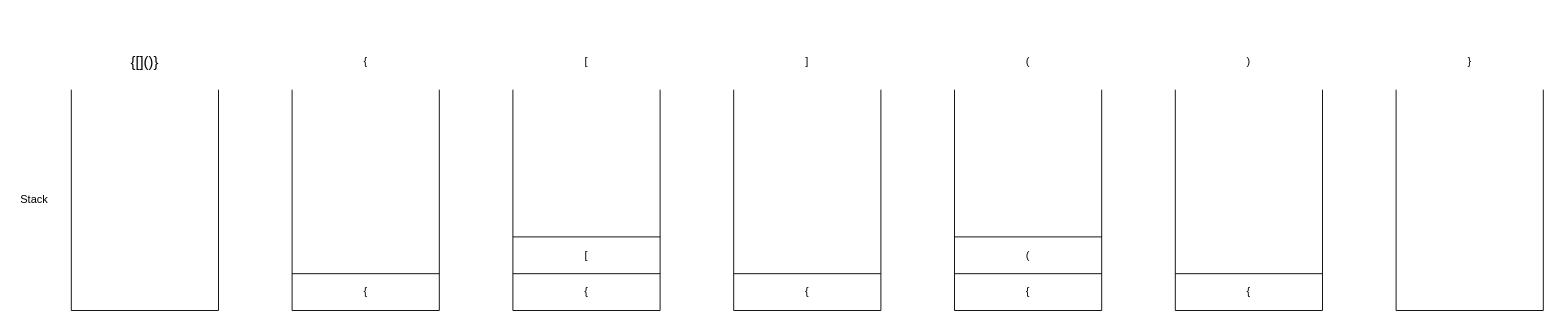
Before: page "valid-parentheses" (1 of 2) of algorithms Diagram.drawio in DogBaoBao/diagrams, a draw.io diagram. Source tidied: cells renumbered, new cells numbered last; positions are measured from the earlier drawing's top-left corner, leaving out a move shared by most shapes. Both pictures are drawn from the tidied source at 92%, with x=0, y=0 at pixel (16, 52).
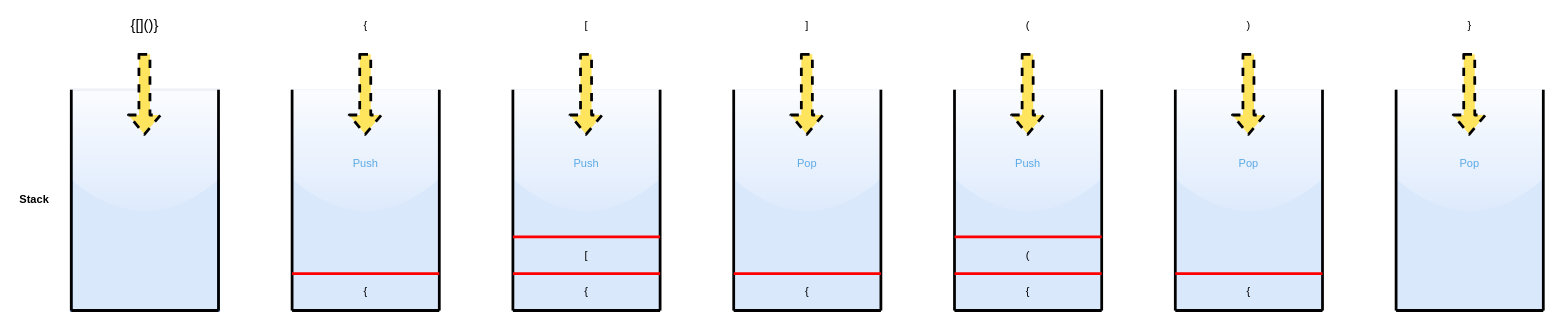
The same page after the edit.

Diff of the diagram source:
```diff
@@
-    <mxCell id="2" value="Stack" style="text;html=1;strokeColor=none;fillColor=none;align=center;verticalAlign=middle;whiteSpace=wrap;rounded=0;" parent="1" vertex="1">
+    <mxCell id="2" value="&lt;b&gt;Stack&lt;/b&gt;" style="text;html=1;strokeColor=none;fillColor=none;align=center;verticalAlign=middle;whiteSpace=wrap;rounded=0;strokeWidth=3;" parent="1" vertex="1">
       <mxGeometry y="150" width="40" height="20" as="geometry" />
     </mxCell>
-    <mxCell id="3" style="group;" parent="1" vertex="1">
+    <mxCell id="3" style="group;strokeWidth=3;fillColor=#dae8fc;strokeColor=#6c8ebf;sketch=0;glass=1;" parent="1" vertex="1">
       <mxGeometry x="60" y="40" width="160" height="240" as="geometry" />
     </mxCell>
-    <mxCell id="4" style="endArrow=none;html=1;" parent="3" edge="1">
+    <mxCell id="4" style="endArrow=none;html=1;strokeWidth=3;" parent="3" edge="1">
       <mxGeometry relative="1" as="geometry">
         <mxPoint y="240" as="sourcePoint" />
         <mxPoint as="targetPoint" />
       </mxGeometry>
     </mxCell>
-    <mxCell id="5" style="endArrow=none;html=1;" parent="3" edge="1">
+    <mxCell id="5" style="endArrow=none;html=1;strokeWidth=3;" parent="3" edge="1">
       <mxGeometry relative="1" as="geometry">
         <mxPoint x="160" y="240" as="sourcePoint" />
         <mxPoint x="160" as="targetPoint" />
       </mxGeometry>
     </mxCell>
-    <mxCell id="6" style="endArrow=none;html=1;" parent="3" edge="1">
+    <mxCell id="6" style="endArrow=none;html=1;strokeWidth=3;" parent="3" edge="1">
       <mxGeometry relative="1" as="geometry">
         <mxPoint y="240" as="sourcePoint" />
         <mxPoint x="160" y="240" as="targetPoint" />
       </mxGeometry>
     </mxCell>
-    <mxCell id="7" style="group;" parent="1" vertex="1">
+    <mxCell id="7" style="group;strokeColor=#6c8ebf;fillColor=#dae8fc;glass=1;" parent="1" vertex="1">
       <mxGeometry x="300" y="40" width="160" height="240" as="geometry" />
     </mxCell>
-    <mxCell id="8" style="endArrow=none;html=1;" parent="7" edge="1">
+    <mxCell id="8" style="endArrow=none;html=1;strokeWidth=3;" parent="7" edge="1">
       <mxGeometry relative="1" as="geometry">
         <mxPoint y="240" as="sourcePoint" />
         <mxPoint as="targetPoint" />
       </mxGeometry>
     </mxCell>
-    <mxCell id="9" style="endArrow=none;html=1;" parent="7" edge="1">
+    <mxCell id="9" style="endArrow=none;html=1;strokeWidth=3;" parent="7" edge="1">
       <mxGeometry relative="1" as="geometry">
         <mxPoint x="160" y="240" as="sourcePoint" />
         <mxPoint x="160" as="targetPoint" />
       </mxGeometry>
     </mxCell>
-    <mxCell id="10" style="endArrow=none;html=1;" parent="7" edge="1">
+    <mxCell id="10" style="endArrow=none;html=1;strokeWidth=3;" parent="7" edge="1">
       <mxGeometry relative="1" as="geometry">
         <mxPoint y="240" as="sourcePoint" />
         <mxPoint x="160" y="240" as="targetPoint" />
       </mxGeometry>
     </mxCell>
@@
+    <mxCell id="52" value="Push" style="text;html=1;strokeColor=none;fillColor=none;align=center;verticalAlign=middle;whiteSpace=wrap;rounded=0;shadow=1;glass=0;sketch=0;fontColor=#5AA9E6;" parent="7" vertex="1">
+      <mxGeometry x="60" y="70" width="40" height="20" as="geometry" />
+    </mxCell>
     <mxCell id="12" value="&lt;font style=&quot;font-size: 16px&quot;&gt;{[]()}&lt;/font&gt;" style="text;html=1;strokeColor=none;fillColor=none;align=center;verticalAlign=middle;whiteSpace=wrap;rounded=0;" parent="1" vertex="1">
-      <mxGeometry x="90" width="100" height="20" as="geometry" />
+      <mxGeometry x="90" y="-40" width="100" height="20" as="geometry" />
     </mxCell>
-    <mxCell id="13" style="endArrow=none;html=1;" parent="1" edge="1">
+    <mxCell id="13" style="endArrow=none;html=1;strokeWidth=3;strokeColor=#FF0000;" parent="1" edge="1">
       <mxGeometry relative="1" as="geometry">
         <mxPoint x="300" y="240" as="sourcePoint" />
         <mxPoint x="460" y="240" as="targetPoint" />
       </mxGeometry>
     </mxCell>
-    <mxCell id="14" style="group;" parent="1" vertex="1">
+    <mxCell id="14" style="group;fillColor=#dae8fc;strokeColor=#6c8ebf;glass=1;" parent="1" vertex="1">
       <mxGeometry x="540" y="40" width="160" height="240" as="geometry" />
     </mxCell>
-    <mxCell id="15" style="endArrow=none;html=1;" parent="14" edge="1">
+    <mxCell id="15" style="endArrow=none;html=1;strokeWidth=3;" parent="14" edge="1">
       <mxGeometry relative="1" as="geometry">
         <mxPoint y="240" as="sourcePoint" />
         <mxPoint as="targetPoint" />
       </mxGeometry>
     </mxCell>
-    <mxCell id="16" style="endArrow=none;html=1;" parent="14" edge="1">
+    <mxCell id="16" style="endArrow=none;html=1;strokeWidth=3;" parent="14" edge="1">
       <mxGeometry relative="1" as="geometry">
         <mxPoint x="160" y="240" as="sourcePoint" />
         <mxPoint x="160" as="targetPoint" />
       </mxGeometry>
     </mxCell>
-    <mxCell id="17" style="endArrow=none;html=1;" parent="14" edge="1">
+    <mxCell id="17" style="endArrow=none;html=1;strokeWidth=3;" parent="14" edge="1">
       <mxGeometry relative="1" as="geometry">
         <mxPoint y="240" as="sourcePoint" />
         <mxPoint x="160" y="240" as="targetPoint" />
       </mxGeometry>
     </mxCell>
@@
-    <mxCell id="19" style="endArrow=none;html=1;" parent="14" edge="1">
+    <mxCell id="19" style="endArrow=none;html=1;strokeWidth=3;strokeColor=#FF0000;" parent="14" edge="1">
       <mxGeometry relative="1" as="geometry">
         <mxPoint y="160" as="sourcePoint" />
         <mxPoint x="160" y="160" as="targetPoint" />
       </mxGeometry>
     </mxCell>
@@
+    <mxCell id="53" value="Push" style="text;html=1;strokeColor=none;fillColor=none;align=center;verticalAlign=middle;whiteSpace=wrap;rounded=0;shadow=1;glass=0;sketch=0;fontColor=#5AA9E6;" parent="14" vertex="1">
+      <mxGeometry x="60" y="70" width="40" height="20" as="geometry" />
+    </mxCell>
-    <mxCell id="21" style="endArrow=none;html=1;" parent="1" edge="1">
+    <mxCell id="21" style="endArrow=none;html=1;strokeWidth=3;strokeColor=#FF0000;" parent="1" edge="1">
       <mxGeometry relative="1" as="geometry">
         <mxPoint x="540" y="240" as="sourcePoint" />
         <mxPoint x="700" y="240" as="targetPoint" />
       </mxGeometry>
     </mxCell>
     <mxCell id="22" value="{" style="text;html=1;strokeColor=none;fillColor=none;align=center;verticalAlign=middle;whiteSpace=wrap;rounded=0;" parent="1" vertex="1">
-      <mxGeometry x="360" width="40" height="20" as="geometry" />
+      <mxGeometry x="360" y="-40" width="40" height="20" as="geometry" />
     </mxCell>
     <mxCell id="23" value="[" style="text;html=1;strokeColor=none;fillColor=none;align=center;verticalAlign=middle;whiteSpace=wrap;rounded=0;" parent="1" vertex="1">
-      <mxGeometry x="600" width="40" height="20" as="geometry" />
+      <mxGeometry x="600" y="-40" width="40" height="20" as="geometry" />
     </mxCell>
-    <mxCell id="24" style="group;" parent="1" vertex="1">
+    <mxCell id="24" style="group;fillColor=#dae8fc;strokeColor=#6c8ebf;glass=1;" parent="1" vertex="1">
       <mxGeometry x="780" y="40" width="160" height="240" as="geometry" />
     </mxCell>
-    <mxCell id="25" style="endArrow=none;html=1;" parent="24" edge="1">
+    <mxCell id="25" style="endArrow=none;html=1;strokeWidth=3;" parent="24" edge="1">
       <mxGeometry relative="1" as="geometry">
         <mxPoint y="240" as="sourcePoint" />
         <mxPoint as="targetPoint" />
       </mxGeometry>
     </mxCell>
-    <mxCell id="26" style="endArrow=none;html=1;" parent="24" edge="1">
+    <mxCell id="26" style="endArrow=none;html=1;strokeWidth=3;" parent="24" edge="1">
       <mxGeometry relative="1" as="geometry">
         <mxPoint x="160" y="240" as="sourcePoint" />
         <mxPoint x="160" as="targetPoint" />
       </mxGeometry>
     </mxCell>
-    <mxCell id="27" style="endArrow=none;html=1;" parent="24" edge="1">
+    <mxCell id="27" style="endArrow=none;html=1;strokeWidth=3;" parent="24" edge="1">
       <mxGeometry relative="1" as="geometry">
         <mxPoint y="240" as="sourcePoint" />
         <mxPoint x="160" y="240" as="targetPoint" />
       </mxGeometry>
     </mxCell>
@@
+    <mxCell id="54" value="Pop" style="text;html=1;strokeColor=none;fillColor=none;align=center;verticalAlign=middle;whiteSpace=wrap;rounded=0;shadow=1;glass=0;sketch=0;fontColor=#5AA9E6;" parent="24" vertex="1">
+      <mxGeometry x="60" y="70" width="40" height="20" as="geometry" />
+    </mxCell>
-    <mxCell id="29" style="endArrow=none;html=1;" parent="1" edge="1">
+    <mxCell id="29" style="endArrow=none;html=1;strokeWidth=3;strokeColor=#FF0000;" parent="1" edge="1">
       <mxGeometry relative="1" as="geometry">
         <mxPoint x="780" y="240" as="sourcePoint" />
         <mxPoint x="940" y="240" as="targetPoint" />
       </mxGeometry>
     </mxCell>
     <mxCell id="30" value="]" style="text;html=1;strokeColor=none;fillColor=none;align=center;verticalAlign=middle;whiteSpace=wrap;rounded=0;" parent="1" vertex="1">
-      <mxGeometry x="840" width="40" height="20" as="geometry" />
+      <mxGeometry x="840" y="-40" width="40" height="20" as="geometry" />
     </mxCell>
-    <mxCell id="31" style="group;" parent="1" vertex="1">
+    <mxCell id="31" style="group;fillColor=#dae8fc;strokeColor=#6c8ebf;glass=1;" parent="1" vertex="1">
       <mxGeometry x="1020" y="40" width="160" height="240" as="geometry" />
     </mxCell>
-    <mxCell id="32" style="endArrow=none;html=1;" parent="31" edge="1">
+    <mxCell id="32" style="endArrow=none;html=1;strokeWidth=3;" parent="31" edge="1">
       <mxGeometry relative="1" as="geometry">
         <mxPoint y="240" as="sourcePoint" />
         <mxPoint as="targetPoint" />
       </mxGeometry>
     </mxCell>
-    <mxCell id="33" style="endArrow=none;html=1;" parent="31" edge="1">
+    <mxCell id="33" style="endArrow=none;html=1;strokeWidth=3;" parent="31" edge="1">
       <mxGeometry relative="1" as="geometry">
         <mxPoint x="160" y="240" as="sourcePoint" />
         <mxPoint x="160" as="targetPoint" />
       </mxGeometry>
     </mxCell>
-    <mxCell id="34" style="endArrow=none;html=1;" parent="31" edge="1">
+    <mxCell id="34" style="endArrow=none;html=1;strokeWidth=3;" parent="31" edge="1">
       <mxGeometry relative="1" as="geometry">
         <mxPoint y="240" as="sourcePoint" />
         <mxPoint x="160" y="240" as="targetPoint" />
       </mxGeometry>
     </mxCell>
@@
-    <mxCell id="36" style="endArrow=none;html=1;" parent="31" edge="1">
+    <mxCell id="36" style="endArrow=none;html=1;strokeWidth=3;strokeColor=#FF0000;" parent="31" edge="1">
       <mxGeometry relative="1" as="geometry">
         <mxPoint y="160" as="sourcePoint" />
         <mxPoint x="160" y="160" as="targetPoint" />
       </mxGeometry>
     </mxCell>
@@
+    <mxCell id="55" value="Push" style="text;html=1;strokeColor=none;fillColor=none;align=center;verticalAlign=middle;whiteSpace=wrap;rounded=0;shadow=1;glass=0;sketch=0;fontColor=#5AA9E6;" parent="31" vertex="1">
+      <mxGeometry x="60" y="70" width="40" height="20" as="geometry" />
+    </mxCell>
-    <mxCell id="38" style="endArrow=none;html=1;" parent="1" edge="1">
+    <mxCell id="38" style="endArrow=none;html=1;strokeWidth=3;strokeColor=#FF0000;" parent="1" edge="1">
       <mxGeometry relative="1" as="geometry">
         <mxPoint x="1020" y="240" as="sourcePoint" />
         <mxPoint x="1180" y="240" as="targetPoint" />
       </mxGeometry>
     </mxCell>
     <mxCell id="39" value="(" style="text;html=1;strokeColor=none;fillColor=none;align=center;verticalAlign=middle;whiteSpace=wrap;rounded=0;" parent="1" vertex="1">
-      <mxGeometry x="1080" width="40" height="20" as="geometry" />
+      <mxGeometry x="1080" y="-40" width="40" height="20" as="geometry" />
     </mxCell>
-    <mxCell id="40" style="group;" parent="1" vertex="1">
+    <mxCell id="40" style="group;fillColor=#dae8fc;strokeColor=#6c8ebf;glass=1;" parent="1" vertex="1">
       <mxGeometry x="1260" y="40" width="160" height="240" as="geometry" />
     </mxCell>
-    <mxCell id="41" style="endArrow=none;html=1;" parent="40" edge="1">
+    <mxCell id="41" style="endArrow=none;html=1;strokeWidth=3;" parent="40" edge="1">
       <mxGeometry relative="1" as="geometry">
         <mxPoint y="240" as="sourcePoint" />
         <mxPoint as="targetPoint" />
       </mxGeometry>
     </mxCell>
-    <mxCell id="42" style="endArrow=none;html=1;" parent="40" edge="1">
+    <mxCell id="42" style="endArrow=none;html=1;strokeWidth=3;" parent="40" edge="1">
       <mxGeometry relative="1" as="geometry">
         <mxPoint x="160" y="240" as="sourcePoint" />
         <mxPoint x="160" as="targetPoint" />
       </mxGeometry>
     </mxCell>
-    <mxCell id="43" style="endArrow=none;html=1;" parent="40" edge="1">
+    <mxCell id="43" style="endArrow=none;html=1;strokeWidth=3;" parent="40" edge="1">
       <mxGeometry relative="1" as="geometry">
         <mxPoint y="240" as="sourcePoint" />
         <mxPoint x="160" y="240" as="targetPoint" />
       </mxGeometry>
     </mxCell>
@@
+    <mxCell id="56" value="Pop" style="text;html=1;strokeColor=none;fillColor=none;align=center;verticalAlign=middle;whiteSpace=wrap;rounded=0;shadow=1;glass=0;sketch=0;fontColor=#5AA9E6;" parent="40" vertex="1">
+      <mxGeometry x="60" y="70" width="40" height="20" as="geometry" />
+    </mxCell>
-    <mxCell id="45" style="endArrow=none;html=1;" parent="1" edge="1">
+    <mxCell id="45" style="endArrow=none;html=1;strokeColor=#FF0000;strokeWidth=3;" parent="1" edge="1">
       <mxGeometry relative="1" as="geometry">
         <mxPoint x="1260" y="240" as="sourcePoint" />
         <mxPoint x="1420" y="240" as="targetPoint" />
       </mxGeometry>
     </mxCell>
     <mxCell id="46" value=")" style="text;html=1;strokeColor=none;fillColor=none;align=center;verticalAlign=middle;whiteSpace=wrap;rounded=0;" parent="1" vertex="1">
-      <mxGeometry x="1320" width="40" height="20" as="geometry" />
+      <mxGeometry x="1320" y="-40" width="40" height="20" as="geometry" />
     </mxCell>
-    <mxCell id="47" style="group;" parent="1" vertex="1">
+    <mxCell id="47" style="group;fillColor=#dae8fc;strokeColor=#6c8ebf;glass=1;" parent="1" vertex="1">
       <mxGeometry x="1500" y="40" width="160" height="240" as="geometry" />
     </mxCell>
-    <mxCell id="48" style="endArrow=none;html=1;" parent="47" edge="1">
+    <mxCell id="48" style="endArrow=none;html=1;strokeWidth=3;" parent="47" edge="1">
       <mxGeometry relative="1" as="geometry">
         <mxPoint y="240" as="sourcePoint" />
         <mxPoint as="targetPoint" />
       </mxGeometry>
     </mxCell>
-    <mxCell id="49" style="endArrow=none;html=1;" parent="47" edge="1">
+    <mxCell id="49" style="endArrow=none;html=1;strokeWidth=3;" parent="47" edge="1">
       <mxGeometry relative="1" as="geometry">
         <mxPoint x="160" y="240" as="sourcePoint" />
         <mxPoint x="160" as="targetPoint" />
       </mxGeometry>
     </mxCell>
-    <mxCell id="50" style="endArrow=none;html=1;" parent="47" edge="1">
+    <mxCell id="50" style="endArrow=none;html=1;strokeWidth=3;" parent="47" edge="1">
       <mxGeometry relative="1" as="geometry">
         <mxPoint y="240" as="sourcePoint" />
         <mxPoint x="160" y="240" as="targetPoint" />
       </mxGeometry>
     </mxCell>
+    <mxCell id="57" value="Pop" style="text;html=1;strokeColor=none;fillColor=none;align=center;verticalAlign=middle;whiteSpace=wrap;rounded=0;shadow=1;glass=0;sketch=0;fontColor=#5AA9E6;" parent="47" vertex="1">
+      <mxGeometry x="60" y="70" width="40" height="20" as="geometry" />
+    </mxCell>
     <mxCell id="51" value="}" style="text;html=1;strokeColor=none;fillColor=none;align=center;verticalAlign=middle;whiteSpace=wrap;rounded=0;" parent="1" vertex="1">
-      <mxGeometry x="1560" width="40" height="20" as="geometry" />
+      <mxGeometry x="1560" y="-40" width="40" height="20" as="geometry" />
     </mxCell>
+    <mxCell id="58" style="shape=flexArrow;endArrow=classic;html=1;dashed=1;strokeColor=#000000;strokeWidth=3;fillColor=#FFE45E;fontColor=#5AA9E6;" parent="1" edge="1">
+      <mxGeometry relative="1" as="geometry">
+        <mxPoint x="139.5" as="sourcePoint" />
+        <mxPoint x="139.5" y="90" as="targetPoint" />
+      </mxGeometry>
+    </mxCell>
+    <mxCell id="59" style="shape=flexArrow;endArrow=classic;html=1;dashed=1;strokeColor=#000000;strokeWidth=3;fillColor=#FFE45E;fontColor=#5AA9E6;" parent="1" edge="1">
+      <mxGeometry relative="1" as="geometry">
+        <mxPoint x="379.5" as="sourcePoint" />
+        <mxPoint x="379.5" y="90" as="targetPoint" />
+      </mxGeometry>
+    </mxCell>
+    <mxCell id="60" style="shape=flexArrow;endArrow=classic;html=1;dashed=1;strokeColor=#000000;strokeWidth=3;fillColor=#FFE45E;fontColor=#5AA9E6;" parent="1" edge="1">
+      <mxGeometry relative="1" as="geometry">
+        <mxPoint x="619.5" as="sourcePoint" />
+        <mxPoint x="619.5" y="90" as="targetPoint" />
+      </mxGeometry>
+    </mxCell>
+    <mxCell id="61" style="shape=flexArrow;endArrow=classic;html=1;dashed=1;strokeColor=#000000;strokeWidth=3;fillColor=#FFE45E;fontColor=#5AA9E6;" parent="1" edge="1">
+      <mxGeometry relative="1" as="geometry">
+        <mxPoint x="859.5" as="sourcePoint" />
+        <mxPoint x="859.5" y="90" as="targetPoint" />
+      </mxGeometry>
+    </mxCell>
+    <mxCell id="62" style="shape=flexArrow;endArrow=classic;html=1;dashed=1;strokeColor=#000000;strokeWidth=3;fillColor=#FFE45E;fontColor=#5AA9E6;" parent="1" edge="1">
+      <mxGeometry relative="1" as="geometry">
+        <mxPoint x="1099.5" as="sourcePoint" />
+        <mxPoint x="1099.5" y="90" as="targetPoint" />
+      </mxGeometry>
+    </mxCell>
+    <mxCell id="63" style="shape=flexArrow;endArrow=classic;html=1;dashed=1;strokeColor=#000000;strokeWidth=3;fillColor=#FFE45E;fontColor=#5AA9E6;" parent="1" edge="1">
+      <mxGeometry relative="1" as="geometry">
+        <mxPoint x="1339.5" as="sourcePoint" />
+        <mxPoint x="1339.5" y="90" as="targetPoint" />
+      </mxGeometry>
+    </mxCell>
+    <mxCell id="64" style="shape=flexArrow;endArrow=classic;html=1;dashed=1;strokeColor=#000000;strokeWidth=3;fillColor=#FFE45E;fontColor=#5AA9E6;" parent="1" edge="1">
+      <mxGeometry relative="1" as="geometry">
+        <mxPoint x="1579.5" as="sourcePoint" />
+        <mxPoint x="1579.5" y="90" as="targetPoint" />
+      </mxGeometry>
+    </mxCell>
```
